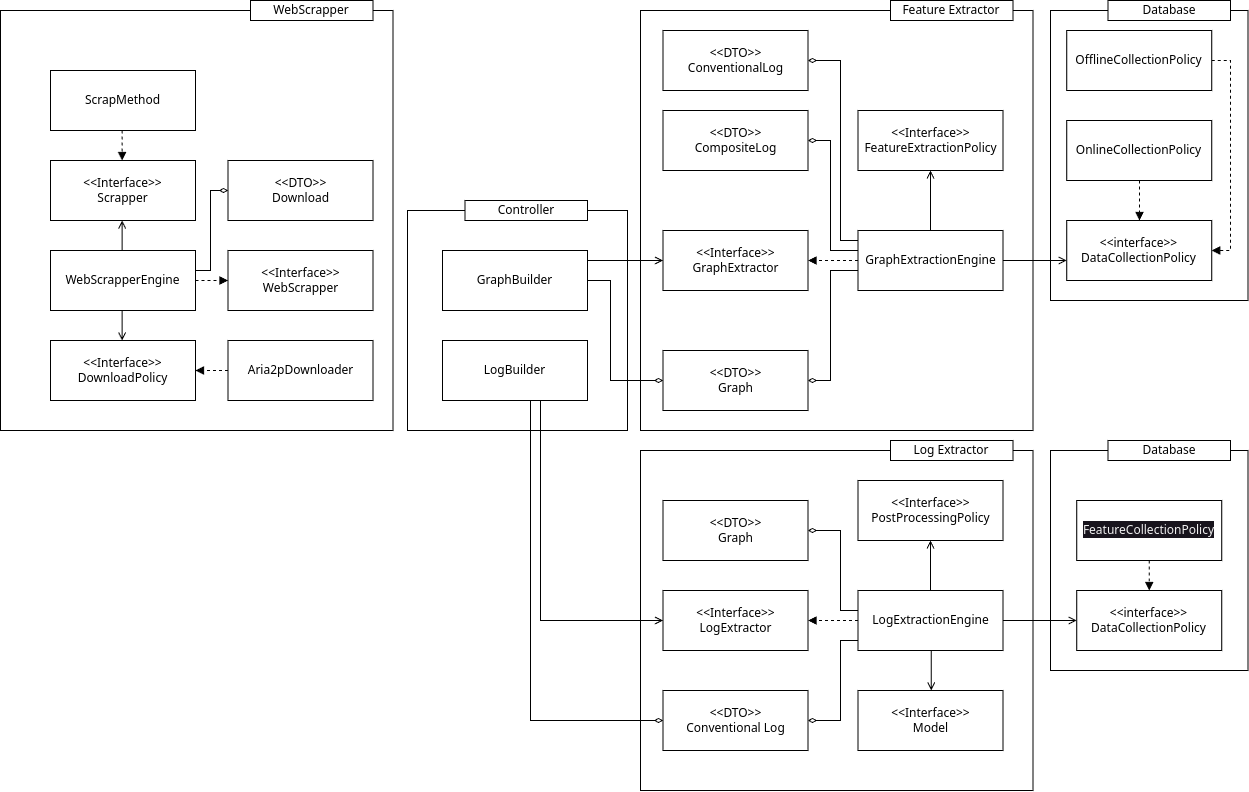
The draw.io diagram diagrams/feature-pipeline.drawio.png in Vitorhgbds/GeoAI-ANP-DataExtractor, before a commit. Source tidied: cells renumbered, new cells last; positions are measured from the earlier drawing's top-left corner, leaving out a move shared by most shapes. The source it was exported from:
```xml
<mxGraphModel>
  <root>
    <mxCell id="0" />
    <mxCell id="1" parent="0" />
    <mxCell id="2" style="rounded=0;whiteSpace=wrap;html=1;" parent="1" vertex="1">
      <mxGeometry x="1050" y="450" width="197.5" height="220" as="geometry" />
    </mxCell>
    <mxCell id="3" style="rounded=0;whiteSpace=wrap;html=1;" parent="1" vertex="1">
      <mxGeometry x="640" y="10" width="392.5" height="420" as="geometry" />
    </mxCell>
    <mxCell id="4" style="rounded=0;whiteSpace=wrap;html=1;" parent="1" vertex="1">
      <mxGeometry x="1050" y="10" width="197.5" height="290" as="geometry" />
    </mxCell>
    <mxCell id="5" value="&amp;lt;&amp;lt;interface&amp;gt;&amp;gt;&lt;br&gt;DataCollectionPolicy" style="rounded=0;whiteSpace=wrap;html=1;" parent="1" vertex="1">
      <mxGeometry x="1066.2" y="220" width="145" height="60" as="geometry" />
    </mxCell>
    <mxCell id="6" style="edgeStyle=elbowEdgeStyle;rounded=0;html=1;endArrow=block;endFill=1;dashed=1;" parent="1" edge="1" source="7" target="5">
      <mxGeometry relative="1" as="geometry">
        <Array as="points">
          <mxPoint x="1139" y="200" />
          <mxPoint x="1227.5" y="140" />
          <mxPoint x="1057.5" y="220" />
          <mxPoint x="1227.5" y="225" />
          <mxPoint x="1050" y="230" />
        </Array>
      </mxGeometry>
    </mxCell>
    <mxCell id="7" value="OnlineCollectionPolicy" style="rounded=0;whiteSpace=wrap;html=1;" parent="1" vertex="1">
      <mxGeometry x="1066.2" y="120" width="145" height="60" as="geometry" />
    </mxCell>
    <mxCell id="8" style="edgeStyle=elbowEdgeStyle;html=1;rounded=0;endArrow=block;endFill=1;dashed=1;" parent="1" edge="1" source="9" target="5">
      <mxGeometry relative="1" as="geometry">
        <Array as="points">
          <mxPoint x="1230" y="100" />
          <mxPoint x="1240" y="110" />
          <mxPoint x="1230" y="260" />
          <mxPoint x="1238" y="260" />
          <mxPoint x="1237.5" y="230" />
          <mxPoint x="1237.5" y="100" />
          <mxPoint x="1057.5" y="160" />
        </Array>
      </mxGeometry>
    </mxCell>
    <mxCell id="9" value="OfflineCollectionPolicy" style="rounded=0;whiteSpace=wrap;html=1;" parent="1" vertex="1">
      <mxGeometry x="1066.2" y="30" width="145" height="60" as="geometry" />
    </mxCell>
    <mxCell id="10" style="edgeStyle=elbowEdgeStyle;html=1;endArrow=open;endFill=0;rounded=0;" parent="1" edge="1" source="16" target="5">
      <mxGeometry relative="1" as="geometry">
        <Array as="points">
          <mxPoint x="1060" y="260" />
          <mxPoint x="1040" y="260" />
          <mxPoint x="1149" y="270" />
          <mxPoint x="1020" y="310" />
          <mxPoint x="930" y="310" />
        </Array>
      </mxGeometry>
    </mxCell>
    <mxCell id="11" style="edgeStyle=none;html=1;endArrow=open;endFill=0;" parent="1" edge="1" source="16" target="17">
      <mxGeometry relative="1" as="geometry" />
    </mxCell>
    <mxCell id="12" style="edgeStyle=none;html=1;endArrow=block;endFill=1;dashed=1;" parent="1" edge="1" source="16" target="18">
      <mxGeometry relative="1" as="geometry" />
    </mxCell>
    <mxCell id="13" style="edgeStyle=elbowEdgeStyle;rounded=0;html=1;endArrow=diamondThin;endFill=0;" parent="1" edge="1" source="16" target="19">
      <mxGeometry relative="1" as="geometry">
        <Array as="points">
          <mxPoint x="830" y="270" />
          <mxPoint x="850" y="270" />
          <mxPoint x="843" y="310" />
        </Array>
      </mxGeometry>
    </mxCell>
    <mxCell id="14" style="edgeStyle=elbowEdgeStyle;rounded=0;html=1;endArrow=diamondThin;endFill=0;" parent="1" edge="1" source="16" target="20">
      <mxGeometry relative="1" as="geometry">
        <Array as="points">
          <mxPoint x="830" y="250" />
          <mxPoint x="830" y="160" />
          <mxPoint x="830" y="250" />
          <mxPoint x="840" y="250" />
          <mxPoint x="840" y="210" />
          <mxPoint x="822.5" y="210" />
          <mxPoint x="842.5" y="250" />
          <mxPoint x="822.5" y="200" />
        </Array>
      </mxGeometry>
    </mxCell>
    <mxCell id="15" style="edgeStyle=elbowEdgeStyle;rounded=0;html=1;endArrow=diamondThin;endFill=0;" parent="1" edge="1" source="16" target="21">
      <mxGeometry relative="1" as="geometry">
        <Array as="points">
          <mxPoint x="840" y="240" />
          <mxPoint x="850" y="240" />
        </Array>
      </mxGeometry>
    </mxCell>
    <mxCell id="16" value="GraphExtractionEngine" style="rounded=0;whiteSpace=wrap;html=1;" parent="1" vertex="1">
      <mxGeometry x="857.5" y="230" width="145" height="60" as="geometry" />
    </mxCell>
    <mxCell id="17" value="&amp;lt;&amp;lt;Interface&amp;gt;&amp;gt;&lt;br&gt;FeatureExtractionPolicy" style="rounded=0;whiteSpace=wrap;html=1;" parent="1" vertex="1">
      <mxGeometry x="857.5" y="110" width="145" height="60" as="geometry" />
    </mxCell>
    <mxCell id="18" value="&amp;lt;&amp;lt;Interface&amp;gt;&amp;gt;&lt;br&gt;GraphExtractor" style="rounded=0;whiteSpace=wrap;html=1;" parent="1" vertex="1">
      <mxGeometry x="662.5" y="230" width="145" height="60" as="geometry" />
    </mxCell>
    <mxCell id="19" value="&amp;lt;&amp;lt;DTO&amp;gt;&amp;gt;&lt;br&gt;Graph" style="rounded=0;whiteSpace=wrap;html=1;" parent="1" vertex="1">
      <mxGeometry x="662.5" y="350" width="145" height="60" as="geometry" />
    </mxCell>
    <mxCell id="20" value="&amp;lt;&amp;lt;DTO&amp;gt;&amp;gt;&lt;br&gt;CompositeLog" style="rounded=0;whiteSpace=wrap;html=1;" parent="1" vertex="1">
      <mxGeometry x="662.5" y="110" width="145" height="60" as="geometry" />
    </mxCell>
    <mxCell id="21" value="&amp;lt;&amp;lt;DTO&amp;gt;&amp;gt;&lt;br&gt;ConventionalLog" style="rounded=0;whiteSpace=wrap;html=1;" parent="1" vertex="1">
      <mxGeometry x="662.5" y="30" width="145" height="60" as="geometry" />
    </mxCell>
    <mxCell id="22" value="Feature Extractor" style="rounded=0;whiteSpace=wrap;html=1;" parent="1" vertex="1">
      <mxGeometry x="890" width="122.5" height="20" as="geometry" />
    </mxCell>
    <mxCell id="23" value="Database" style="rounded=0;whiteSpace=wrap;html=1;" parent="1" vertex="1">
      <mxGeometry x="1107.5" width="122.5" height="20" as="geometry" />
    </mxCell>
    <mxCell id="24" style="rounded=0;whiteSpace=wrap;html=1;" parent="1" vertex="1">
      <mxGeometry x="640" y="450" width="392.5" height="340" as="geometry" />
    </mxCell>
    <mxCell id="25" style="rounded=0;whiteSpace=wrap;html=1;" parent="1" vertex="1">
      <mxGeometry x="407" y="210" width="220" height="220" as="geometry" />
    </mxCell>
    <mxCell id="26" style="edgeStyle=elbowEdgeStyle;rounded=0;html=1;endArrow=block;endFill=1;dashed=1;" parent="1" edge="1" source="32" target="37">
      <mxGeometry relative="1" as="geometry">
        <Array as="points">
          <mxPoint x="820" y="620" />
          <mxPoint x="830" y="560" />
        </Array>
      </mxGeometry>
    </mxCell>
    <mxCell id="27" style="edgeStyle=elbowEdgeStyle;rounded=0;html=1;endArrow=open;endFill=0;" parent="1" edge="1" source="32" target="48">
      <mxGeometry relative="1" as="geometry" />
    </mxCell>
    <mxCell id="28" style="edgeStyle=elbowEdgeStyle;rounded=0;html=1;endArrow=open;endFill=0;" parent="1" edge="1" source="32" target="36">
      <mxGeometry relative="1" as="geometry">
        <Array as="points">
          <mxPoint x="930" y="560" />
          <mxPoint x="940" y="580" />
          <mxPoint x="840" y="460" />
          <mxPoint x="840" y="470" />
          <mxPoint x="850" y="570" />
          <mxPoint x="870" y="640" />
          <mxPoint x="760" y="600" />
          <mxPoint x="900" y="580" />
          <mxPoint x="920" y="500" />
          <mxPoint x="860" y="600" />
        </Array>
      </mxGeometry>
    </mxCell>
    <mxCell id="29" style="edgeStyle=elbowEdgeStyle;rounded=0;html=1;endArrow=open;endFill=0;" parent="1" edge="1" source="32" target="44">
      <mxGeometry relative="1" as="geometry" />
    </mxCell>
    <mxCell id="30" style="edgeStyle=elbowEdgeStyle;rounded=0;html=1;entryX=1;entryY=0.5;entryDx=0;entryDy=0;endArrow=diamondThin;endFill=0;" parent="1" edge="1" source="32" target="49">
      <mxGeometry relative="1" as="geometry">
        <Array as="points">
          <mxPoint x="840" y="610" />
          <mxPoint x="830" y="570" />
          <mxPoint x="840" y="630" />
          <mxPoint x="840" y="640" />
          <mxPoint x="840" y="670" />
          <mxPoint x="880" y="670" />
        </Array>
      </mxGeometry>
    </mxCell>
    <mxCell id="31" style="edgeStyle=elbowEdgeStyle;rounded=0;html=1;endArrow=diamondThin;endFill=0;" parent="1" edge="1" source="32" target="43">
      <mxGeometry relative="1" as="geometry">
        <Array as="points">
          <mxPoint x="840" y="640" />
        </Array>
      </mxGeometry>
    </mxCell>
    <mxCell id="32" value="LogExtractionEngine" style="rounded=0;whiteSpace=wrap;html=1;" parent="1" vertex="1">
      <mxGeometry x="857.5" y="590" width="145" height="60" as="geometry" />
    </mxCell>
    <mxCell id="33" style="edgeStyle=elbowEdgeStyle;rounded=0;html=1;entryX=0;entryY=0.5;entryDx=0;entryDy=0;endArrow=open;endFill=0;" parent="1" edge="1" source="35" target="18">
      <mxGeometry relative="1" as="geometry">
        <Array as="points">
          <mxPoint x="620" y="260" />
          <mxPoint x="620" y="210" />
          <mxPoint x="610" y="280" />
        </Array>
      </mxGeometry>
    </mxCell>
    <mxCell id="34" style="edgeStyle=elbowEdgeStyle;rounded=0;html=1;endArrow=diamondThin;endFill=0;" parent="1" edge="1" source="35" target="19">
      <mxGeometry relative="1" as="geometry">
        <Array as="points">
          <mxPoint x="610" y="330" />
          <mxPoint x="610" y="220" />
          <mxPoint x="610" y="260" />
          <mxPoint x="620" y="220" />
          <mxPoint x="610" y="220" />
          <mxPoint x="620" y="270" />
          <mxPoint x="630" y="230" />
          <mxPoint x="630" y="380" />
          <mxPoint x="610" y="330" />
          <mxPoint x="610" y="330" />
          <mxPoint x="640" y="310" />
          <mxPoint x="610" y="310" />
          <mxPoint x="610" y="380" />
          <mxPoint x="620" y="330" />
          <mxPoint x="630" y="370" />
          <mxPoint x="610" y="340" />
          <mxPoint x="630" y="380" />
          <mxPoint x="570" y="330" />
        </Array>
      </mxGeometry>
    </mxCell>
    <mxCell id="35" value="GraphBuilder" style="rounded=0;whiteSpace=wrap;html=1;" parent="1" vertex="1">
      <mxGeometry x="442" y="250" width="145" height="60" as="geometry" />
    </mxCell>
    <mxCell id="36" value="&amp;lt;&amp;lt;Interface&amp;gt;&amp;gt;&lt;br&gt;PostProcessingPolicy" style="rounded=0;whiteSpace=wrap;html=1;" parent="1" vertex="1">
      <mxGeometry x="857.5" y="480" width="145" height="60" as="geometry" />
    </mxCell>
    <mxCell id="37" value="&amp;lt;&amp;lt;Interface&amp;gt;&amp;gt;&lt;br&gt;LogExtractor" style="rounded=0;whiteSpace=wrap;html=1;" parent="1" vertex="1">
      <mxGeometry x="662.5" y="590" width="145" height="60" as="geometry" />
    </mxCell>
    <mxCell id="38" value="Log Extractor" style="rounded=0;whiteSpace=wrap;html=1;" parent="1" vertex="1">
      <mxGeometry x="890" y="440" width="122.5" height="20" as="geometry" />
    </mxCell>
    <mxCell id="39" value="Controller" style="rounded=0;whiteSpace=wrap;html=1;" parent="1" vertex="1">
      <mxGeometry x="464.5" y="200" width="122.5" height="20" as="geometry" />
    </mxCell>
    <mxCell id="40" style="edgeStyle=elbowEdgeStyle;rounded=0;html=1;endArrow=open;endFill=0;" parent="1" edge="1" source="42" target="37">
      <mxGeometry relative="1" as="geometry">
        <Array as="points">
          <mxPoint x="540" y="520" />
          <mxPoint x="520" y="510" />
          <mxPoint x="520" y="490" />
          <mxPoint x="430" y="300" />
          <mxPoint x="430" y="280" />
        </Array>
      </mxGeometry>
    </mxCell>
    <mxCell id="41" style="edgeStyle=elbowEdgeStyle;rounded=0;html=1;entryX=0;entryY=0.5;entryDx=0;entryDy=0;endArrow=diamondThin;endFill=0;" parent="1" edge="1" source="42" target="43">
      <mxGeometry relative="1" as="geometry">
        <Array as="points">
          <mxPoint x="530" y="550" />
        </Array>
      </mxGeometry>
    </mxCell>
    <mxCell id="42" value="LogBuilder" style="rounded=0;whiteSpace=wrap;html=1;" parent="1" vertex="1">
      <mxGeometry x="442" y="340" width="145" height="60" as="geometry" />
    </mxCell>
    <mxCell id="43" value="&amp;lt;&amp;lt;DTO&amp;gt;&amp;gt;&lt;br&gt;Conventional Log" style="rounded=0;whiteSpace=wrap;html=1;" parent="1" vertex="1">
      <mxGeometry x="662.5" y="690" width="145" height="60" as="geometry" />
    </mxCell>
    <mxCell id="44" value="&amp;lt;&amp;lt;interface&amp;gt;&amp;gt;&lt;br&gt;DataCollectionPolicy" style="rounded=0;whiteSpace=wrap;html=1;" parent="1" vertex="1">
      <mxGeometry x="1076.2" y="590" width="145" height="60" as="geometry" />
    </mxCell>
    <mxCell id="45" style="edgeStyle=elbowEdgeStyle;rounded=0;html=1;endArrow=block;endFill=1;dashed=1;" parent="1" edge="1" source="46" target="44">
      <mxGeometry relative="1" as="geometry">
        <Array as="points">
          <mxPoint x="1139" y="630" />
          <mxPoint x="1230" y="680" />
          <mxPoint x="1227.5" y="580" />
          <mxPoint x="1057.5" y="660" />
          <mxPoint x="1227.5" y="665" />
          <mxPoint x="1050" y="670" />
        </Array>
      </mxGeometry>
    </mxCell>
    <mxCell id="46" value="&lt;span style=&quot;color: rgb(240, 240, 240); font-family: Helvetica; font-size: 12px; font-style: normal; font-variant-ligatures: normal; font-variant-caps: normal; font-weight: 400; letter-spacing: normal; orphans: 2; text-align: center; text-indent: 0px; text-transform: none; widows: 2; word-spacing: 0px; -webkit-text-stroke-width: 0px; background-color: rgb(24, 20, 29); text-decoration-thickness: initial; text-decoration-style: initial; text-decoration-color: initial; float: none; display: inline !important;&quot;&gt;FeatureCollectionPolicy&lt;/span&gt;" style="rounded=0;whiteSpace=wrap;html=1;" parent="1" vertex="1">
      <mxGeometry x="1076.2" y="500" width="145" height="60" as="geometry" />
    </mxCell>
    <mxCell id="47" value="Database" style="rounded=0;whiteSpace=wrap;html=1;" parent="1" vertex="1">
      <mxGeometry x="1107.5" y="440" width="122.5" height="20" as="geometry" />
    </mxCell>
    <mxCell id="48" value="&amp;lt;&amp;lt;Interface&amp;gt;&amp;gt;&lt;br&gt;Model" style="rounded=0;whiteSpace=wrap;html=1;" parent="1" vertex="1">
      <mxGeometry x="857.5" y="690" width="145" height="60" as="geometry" />
    </mxCell>
    <mxCell id="49" value="&amp;lt;&amp;lt;DTO&amp;gt;&amp;gt;&lt;br&gt;Graph" style="rounded=0;whiteSpace=wrap;html=1;" parent="1" vertex="1">
      <mxGeometry x="662.5" y="500" width="145" height="60" as="geometry" />
    </mxCell>
    <mxCell id="50" style="rounded=0;whiteSpace=wrap;html=1;" parent="1" vertex="1">
      <mxGeometry y="10" width="392.5" height="420" as="geometry" />
    </mxCell>
    <mxCell id="51" value="WebScrapper" style="rounded=0;whiteSpace=wrap;html=1;" parent="1" vertex="1">
      <mxGeometry x="250" width="122.5" height="20" as="geometry" />
    </mxCell>
    <mxCell id="52" value="&amp;lt;&amp;lt;Interface&amp;gt;&amp;gt;&lt;br&gt;Scrapper" style="rounded=0;whiteSpace=wrap;html=1;" parent="1" vertex="1">
      <mxGeometry x="50" y="160" width="145" height="60" as="geometry" />
    </mxCell>
    <mxCell id="53" style="edgeStyle=elbowEdgeStyle;html=1;rounded=0;endArrow=block;endFill=1;dashed=1;" parent="1" edge="1" source="54" target="52">
      <mxGeometry relative="1" as="geometry" />
    </mxCell>
    <mxCell id="54" value="ScrapMethod" style="rounded=0;whiteSpace=wrap;html=1;" parent="1" vertex="1">
      <mxGeometry x="50" y="70" width="145" height="60" as="geometry" />
    </mxCell>
    <mxCell id="55" value="&amp;lt;&amp;lt;DTO&amp;gt;&amp;gt;&lt;br&gt;Download" style="rounded=0;whiteSpace=wrap;html=1;" parent="1" vertex="1">
      <mxGeometry x="227.5" y="160" width="145" height="60" as="geometry" />
    </mxCell>
    <mxCell id="56" value="&amp;lt;&amp;lt;Interface&amp;gt;&amp;gt;&lt;br&gt;DownloadPolicy" style="rounded=0;whiteSpace=wrap;html=1;" parent="1" vertex="1">
      <mxGeometry x="50" y="340" width="145" height="60" as="geometry" />
    </mxCell>
    <mxCell id="57" value="&amp;lt;&amp;lt;Interface&amp;gt;&amp;gt;&lt;br&gt;WebScrapper" style="rounded=0;whiteSpace=wrap;html=1;" parent="1" vertex="1">
      <mxGeometry x="227.5" y="250" width="145" height="60" as="geometry" />
    </mxCell>
    <mxCell id="58" style="edgeStyle=elbowEdgeStyle;rounded=0;html=1;endArrow=open;endFill=0;" parent="1" edge="1" source="62" target="52">
      <mxGeometry relative="1" as="geometry" />
    </mxCell>
    <mxCell id="59" style="edgeStyle=elbowEdgeStyle;rounded=0;html=1;endArrow=open;endFill=0;" parent="1" edge="1" source="62" target="56">
      <mxGeometry relative="1" as="geometry" />
    </mxCell>
    <mxCell id="60" style="edgeStyle=elbowEdgeStyle;rounded=0;html=1;dashed=1;endArrow=block;endFill=1;" parent="1" edge="1" source="62" target="57">
      <mxGeometry relative="1" as="geometry" />
    </mxCell>
    <mxCell id="61" style="edgeStyle=elbowEdgeStyle;rounded=0;html=1;entryX=0;entryY=0.5;entryDx=0;entryDy=0;endArrow=diamondThin;endFill=0;" parent="1" edge="1" source="62" target="55">
      <mxGeometry relative="1" as="geometry">
        <Array as="points">
          <mxPoint x="210" y="270" />
        </Array>
      </mxGeometry>
    </mxCell>
    <mxCell id="62" value="WebScrapperEngine" style="rounded=0;whiteSpace=wrap;html=1;" parent="1" vertex="1">
      <mxGeometry x="50" y="250" width="145" height="60" as="geometry" />
    </mxCell>
    <mxCell id="63" style="edgeStyle=elbowEdgeStyle;rounded=0;html=1;endArrow=block;endFill=1;dashed=1;" parent="1" edge="1" source="64" target="56">
      <mxGeometry relative="1" as="geometry" />
    </mxCell>
    <mxCell id="64" value="Aria2pDownloader" style="rounded=0;whiteSpace=wrap;html=1;" parent="1" vertex="1">
      <mxGeometry x="227.5" y="340" width="145" height="60" as="geometry" />
    </mxCell>
  </root>
</mxGraphModel>
```
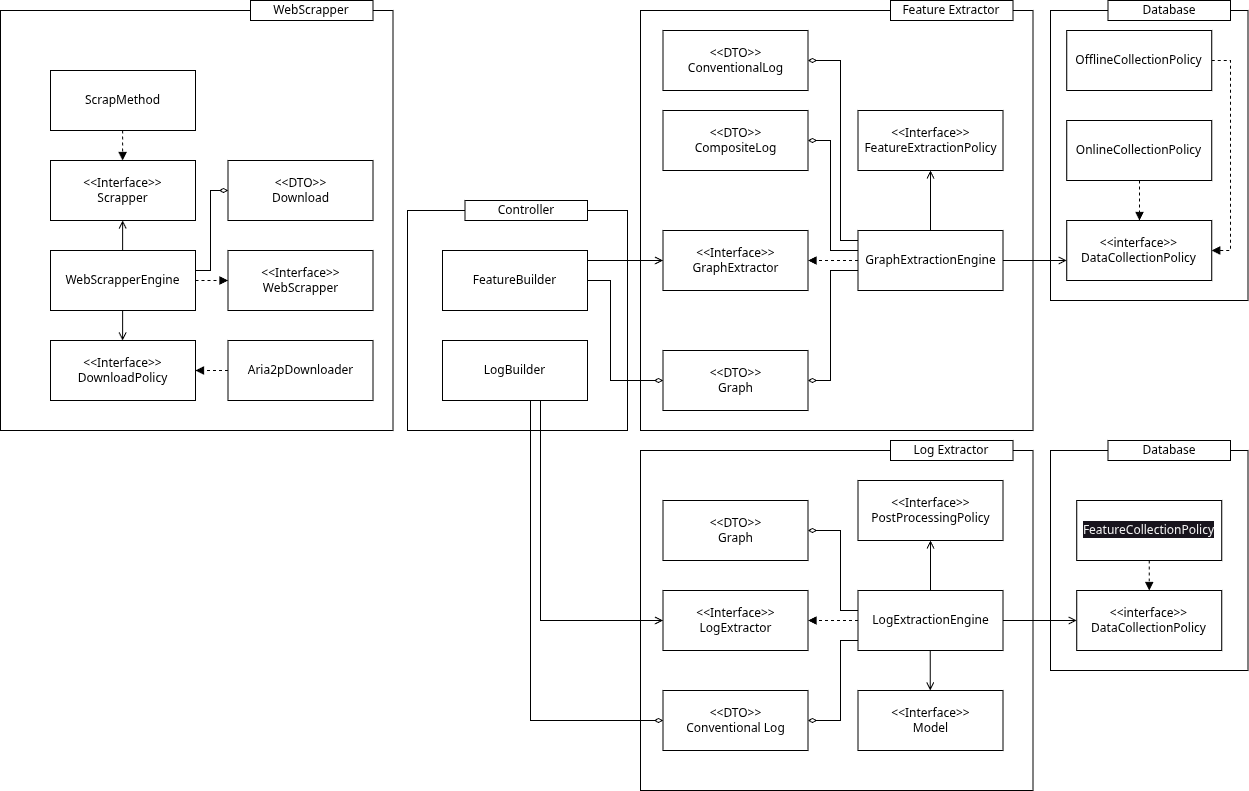
Later version of the same file.

What changed in the source:
```diff
@@ -207,7 +207,7 @@
         </Array>
       </mxGeometry>
     </mxCell>
-    <mxCell id="35" value="GraphBuilder" style="rounded=0;whiteSpace=wrap;html=1;" parent="1" vertex="1">
+    <mxCell id="35" value="FeatureBuilder" style="rounded=0;whiteSpace=wrap;html=1;" parent="1" vertex="1">
       <mxGeometry x="442" y="250" width="145" height="60" as="geometry" />
     </mxCell>
     <mxCell id="36" value="&amp;lt;&amp;lt;Interface&amp;gt;&amp;gt;&lt;br&gt;PostProcessingPolicy" style="rounded=0;whiteSpace=wrap;html=1;" parent="1" vertex="1">
```
